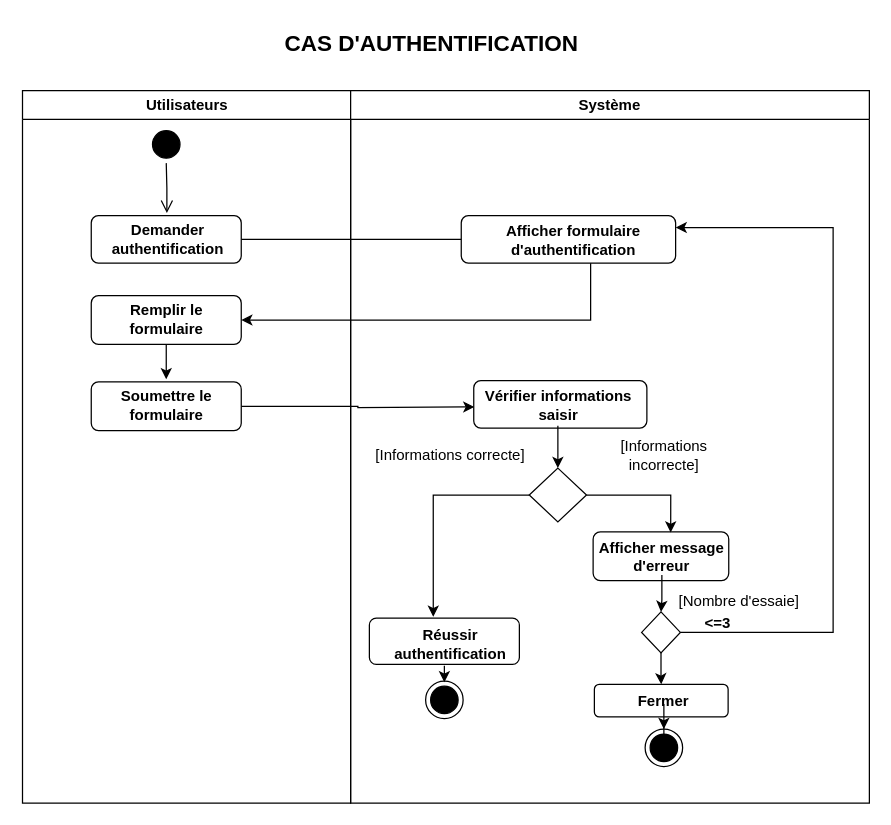
Above: act3.drawio in louis-fresnel99/TpGasaL1 (draw.io), before the change. Source tidied: cells renumbered, new cells numbered last; positions are measured from the earlier drawing's top-left corner, leaving out a move shared by most shapes. Both pictures are drawn from the tidied source at 125%, with x=0, y=0 at pixel (21, 21).
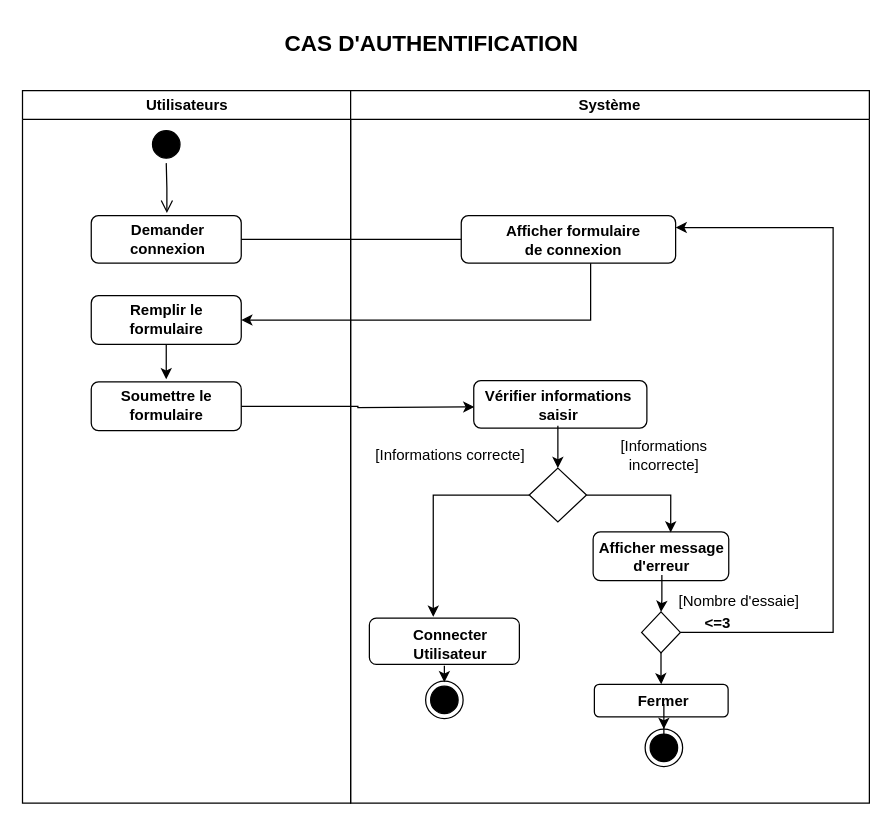
The same page after the edit.

Commit message:
Mettre à jour act3.drawio

The change refers to these unchanged cells:
```xml
<mxCell id="2" value="Utilisateurs" style="swimlane;whiteSpace=wrap;" parent="1" vertex="1">
  <mxGeometry x="0.5" y="55" width="262.5" height="570" as="geometry" />
</mxCell>
<mxCell id="14" value="Système" style="swimlane;whiteSpace=wrap;" parent="1" vertex="1">
  <mxGeometry x="263" y="55" width="415" height="570" as="geometry" />
</mxCell>
```

The edit, as a diff of the source:
```diff
@@
-    <mxCell id="7" value="&lt;b&gt;Demander authentification&lt;/b&gt;" style="text;html=1;align=center;verticalAlign=middle;whiteSpace=wrap;rounded=0;" parent="2" vertex="1">
+    <mxCell id="7" value="&lt;b&gt;Demander connexion&lt;/b&gt;" style="text;html=1;align=center;verticalAlign=middle;whiteSpace=wrap;rounded=0;" parent="2" vertex="1">
       <mxGeometry x="79" y="104" width="74" height="30" as="geometry" />
     </mxCell>
@@
-    <mxCell id="16" value="&lt;b&gt;Afficher formulaire d'authentification&lt;/b&gt;" style="text;html=1;align=center;verticalAlign=middle;whiteSpace=wrap;rounded=0;" parent="14" vertex="1">
+    <mxCell id="16" value="&lt;b&gt;Afficher formulaire de connexion&lt;/b&gt;" style="text;html=1;align=center;verticalAlign=middle;whiteSpace=wrap;rounded=0;" parent="14" vertex="1">
       <mxGeometry x="115.5" y="105" width="124.5" height="30" as="geometry" />
     </mxCell>
@@
-    <mxCell id="28" value="&lt;b&gt;Réussir authentification&lt;/b&gt;" style="text;html=1;align=center;verticalAlign=middle;whiteSpace=wrap;rounded=0;" parent="14" vertex="1">
+    <mxCell id="28" value="&lt;b&gt;Connecter Utilisateur&lt;/b&gt;" style="text;html=1;align=center;verticalAlign=middle;whiteSpace=wrap;rounded=0;" parent="14" vertex="1">
       <mxGeometry x="25" y="428" width="110" height="30" as="geometry" />
     </mxCell>
```
